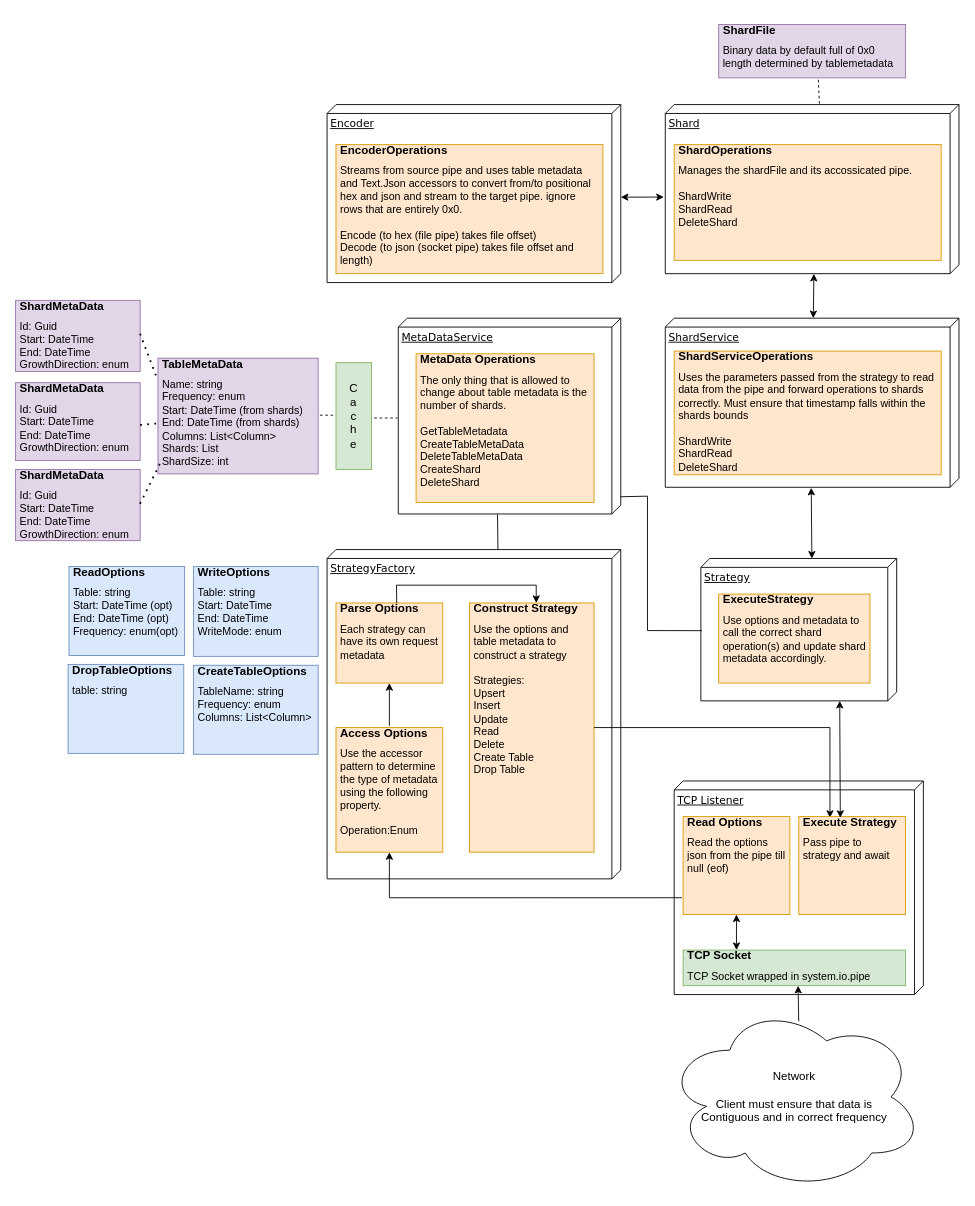
Before: Documentation/Architecture.drawio in Davisjames0901/UtsDB, a draw.io diagram. Source tidied: cells renumbered, new cells numbered last; positions are measured from the earlier drawing's top-left corner, leaving out a move shared by most shapes. Both pictures are drawn from the tidied source at 89%, with x=0, y=0 at pixel (15, 24).
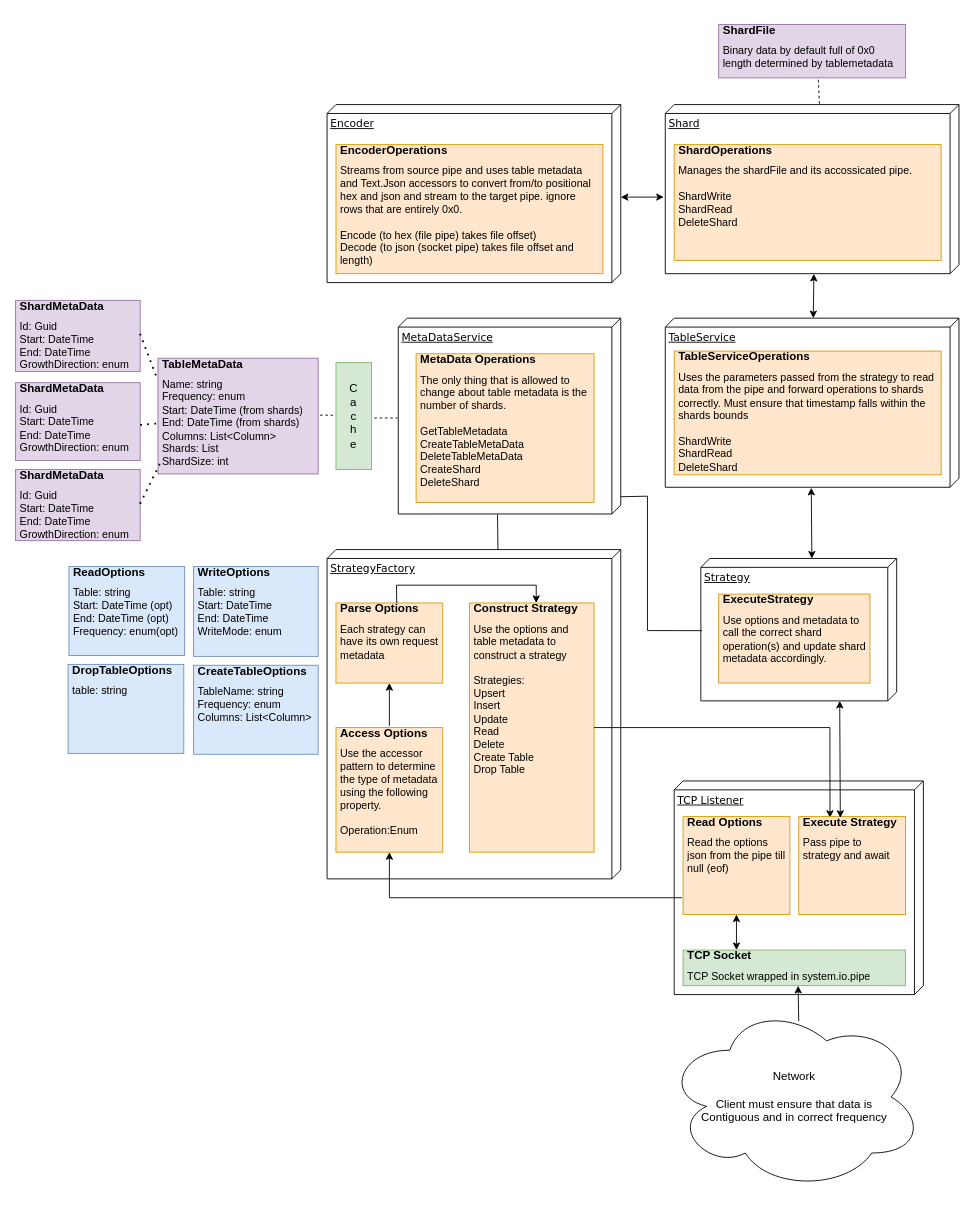
The same diagram, later.

What changed in the source:
```diff
@@
-    <mxCell id="9" value="ShardService" style="verticalAlign=top;align=left;spacingTop=8;spacingLeft=2;spacingRight=12;shape=cube;size=10;direction=south;fontStyle=4;html=1;rounded=0;shadow=0;comic=0;labelBackgroundColor=none;strokeWidth=1;fontFamily=Verdana;fontSize=12;" parent="1" vertex="1">
+    <mxCell id="9" value="TableService" style="verticalAlign=top;align=left;spacingTop=8;spacingLeft=2;spacingRight=12;shape=cube;size=10;direction=south;fontStyle=4;html=1;rounded=0;shadow=0;comic=0;labelBackgroundColor=none;strokeWidth=1;fontFamily=Verdana;fontSize=12;" parent="1" vertex="1">
       <mxGeometry x="730" y="330" width="330" height="190" as="geometry" />
     </mxCell>
@@
-    <mxCell id="21" value="&lt;h1 style=&quot;font-size: 13px&quot;&gt;ShardServiceOperations&lt;/h1&gt;&lt;div&gt;Uses the parameters passed from the strategy to read data from the pipe and forward operations to shards correctly. Must ensure that timestamp falls within the shards bounds&lt;/div&gt;&lt;div&gt;&lt;br&gt;&lt;/div&gt;&lt;div&gt;ShardWrite&lt;/div&gt;&lt;div&gt;ShardRead&lt;/div&gt;&lt;div&gt;DeleteShard&lt;/div&gt;&lt;div&gt;&lt;br&gt;&lt;/div&gt;" style="text;html=1;strokeColor=#d79b00;fillColor=#ffe6cc;spacing=5;spacingTop=-20;whiteSpace=wrap;overflow=hidden;rounded=0;align=left;" parent="1" vertex="1">
+    <mxCell id="21" value="&lt;h1 style=&quot;font-size: 13px&quot;&gt;TableServiceOperations&lt;/h1&gt;&lt;div&gt;Uses the parameters passed from the strategy to read data from the pipe and forward operations to shards correctly. Must ensure that timestamp falls within the shards bounds&lt;/div&gt;&lt;div&gt;&lt;br&gt;&lt;/div&gt;&lt;div&gt;ShardWrite&lt;/div&gt;&lt;div&gt;ShardRead&lt;/div&gt;&lt;div&gt;DeleteShard&lt;/div&gt;&lt;div&gt;&lt;br&gt;&lt;/div&gt;" style="text;html=1;strokeColor=#d79b00;fillColor=#ffe6cc;spacing=5;spacingTop=-20;whiteSpace=wrap;overflow=hidden;rounded=0;align=left;" parent="1" vertex="1">
       <mxGeometry x="740" y="367" width="300" height="139" as="geometry" />
     </mxCell>
```
